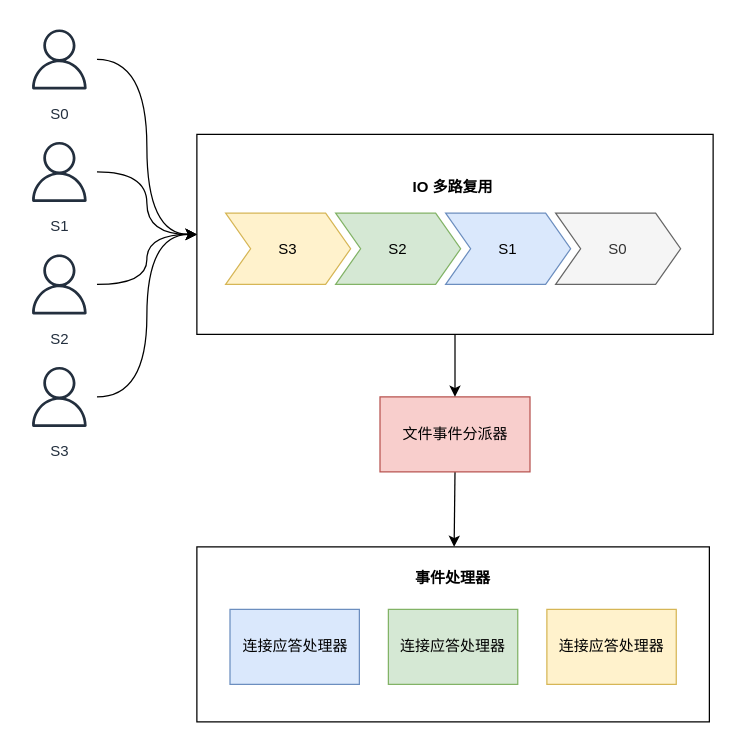
Above: redis/redis-dispatch.drawio in thebesteric/draw.io (draw.io), before the change. Source tidied: cells renumbered, new cells numbered last; positions are measured from the earlier drawing's top-left corner, leaving out a move shared by most shapes. Both pictures are drawn from the tidied source at 125%, with x=0, y=0 at pixel (21, 21).
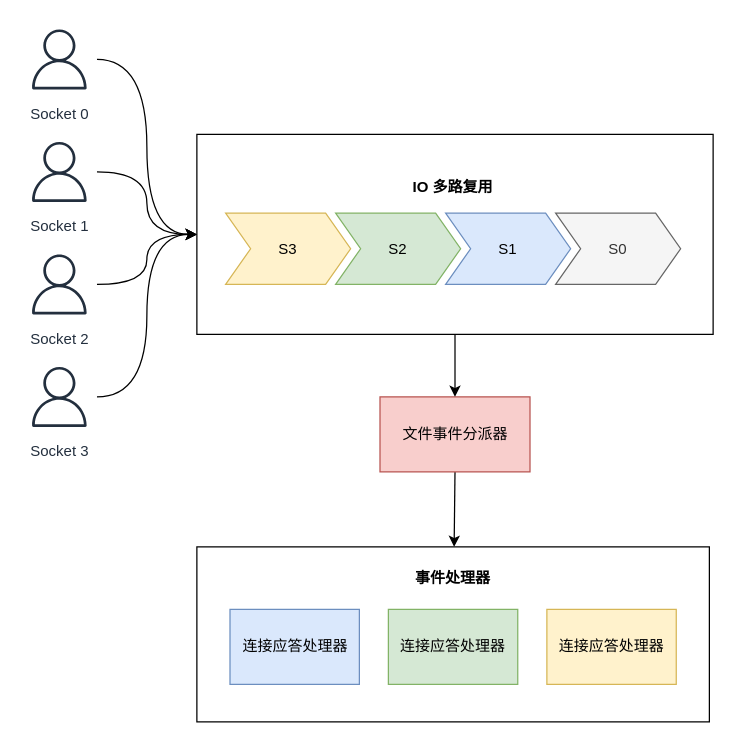
Above is the later version.

The edit, as a diff of the source:
```diff
@@
-    <mxCell id="3" value="S0" style="sketch=0;outlineConnect=0;fontColor=#232F3E;gradientColor=none;strokeColor=#232F3E;fillColor=#ffffff;dashed=0;verticalLabelPosition=bottom;verticalAlign=top;align=center;html=1;fontSize=12;fontStyle=0;shape=mxgraph.aws4.resourceIcon;resIcon=mxgraph.aws4.user;" parent="1" vertex="1">
+    <mxCell id="3" value="Socket 0" style="sketch=0;outlineConnect=0;fontColor=#232F3E;gradientColor=none;strokeColor=#232F3E;fillColor=#ffffff;dashed=0;verticalLabelPosition=bottom;verticalAlign=top;align=center;html=1;fontSize=12;fontStyle=0;shape=mxgraph.aws4.resourceIcon;resIcon=mxgraph.aws4.user;" parent="1" vertex="1">
       <mxGeometry width="60" height="60" as="geometry" />
     </mxCell>
@@
-    <mxCell id="5" value="S1" style="sketch=0;outlineConnect=0;fontColor=#232F3E;gradientColor=none;strokeColor=#232F3E;fillColor=#ffffff;dashed=0;verticalLabelPosition=bottom;verticalAlign=top;align=center;html=1;fontSize=12;fontStyle=0;shape=mxgraph.aws4.resourceIcon;resIcon=mxgraph.aws4.user;" parent="1" vertex="1">
+    <mxCell id="5" value="Socket 1" style="sketch=0;outlineConnect=0;fontColor=#232F3E;gradientColor=none;strokeColor=#232F3E;fillColor=#ffffff;dashed=0;verticalLabelPosition=bottom;verticalAlign=top;align=center;html=1;fontSize=12;fontStyle=0;shape=mxgraph.aws4.resourceIcon;resIcon=mxgraph.aws4.user;" parent="1" vertex="1">
       <mxGeometry y="90" width="60" height="60" as="geometry" />
     </mxCell>
@@
-    <mxCell id="7" value="S2" style="sketch=0;outlineConnect=0;fontColor=#232F3E;gradientColor=none;strokeColor=#232F3E;fillColor=#ffffff;dashed=0;verticalLabelPosition=bottom;verticalAlign=top;align=center;html=1;fontSize=12;fontStyle=0;shape=mxgraph.aws4.resourceIcon;resIcon=mxgraph.aws4.user;" parent="1" vertex="1">
+    <mxCell id="7" value="Socket 2" style="sketch=0;outlineConnect=0;fontColor=#232F3E;gradientColor=none;strokeColor=#232F3E;fillColor=#ffffff;dashed=0;verticalLabelPosition=bottom;verticalAlign=top;align=center;html=1;fontSize=12;fontStyle=0;shape=mxgraph.aws4.resourceIcon;resIcon=mxgraph.aws4.user;" parent="1" vertex="1">
       <mxGeometry y="180" width="60" height="60" as="geometry" />
     </mxCell>
@@
-    <mxCell id="9" value="S3" style="sketch=0;outlineConnect=0;fontColor=#232F3E;gradientColor=none;strokeColor=#232F3E;fillColor=#ffffff;dashed=0;verticalLabelPosition=bottom;verticalAlign=top;align=center;html=1;fontSize=12;fontStyle=0;shape=mxgraph.aws4.resourceIcon;resIcon=mxgraph.aws4.user;" parent="1" vertex="1">
+    <mxCell id="9" value="Socket 3" style="sketch=0;outlineConnect=0;fontColor=#232F3E;gradientColor=none;strokeColor=#232F3E;fillColor=#ffffff;dashed=0;verticalLabelPosition=bottom;verticalAlign=top;align=center;html=1;fontSize=12;fontStyle=0;shape=mxgraph.aws4.resourceIcon;resIcon=mxgraph.aws4.user;" parent="1" vertex="1">
       <mxGeometry y="270" width="60" height="60" as="geometry" />
     </mxCell>
```
